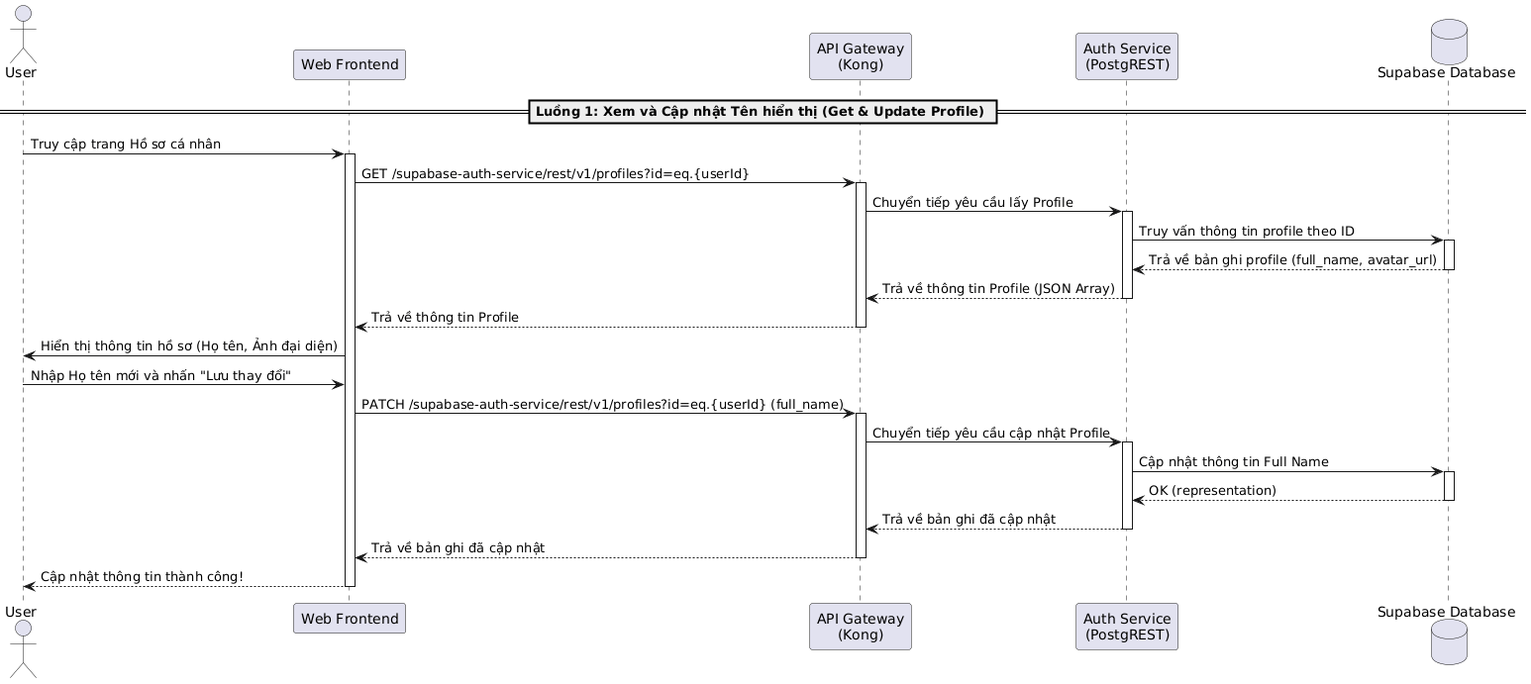
Earlier version of the PlantUML export latex/contents/Sequence/UML-Sequence-UserProfileUpdateDisplayName.png (20206205Tech/docs-latex).
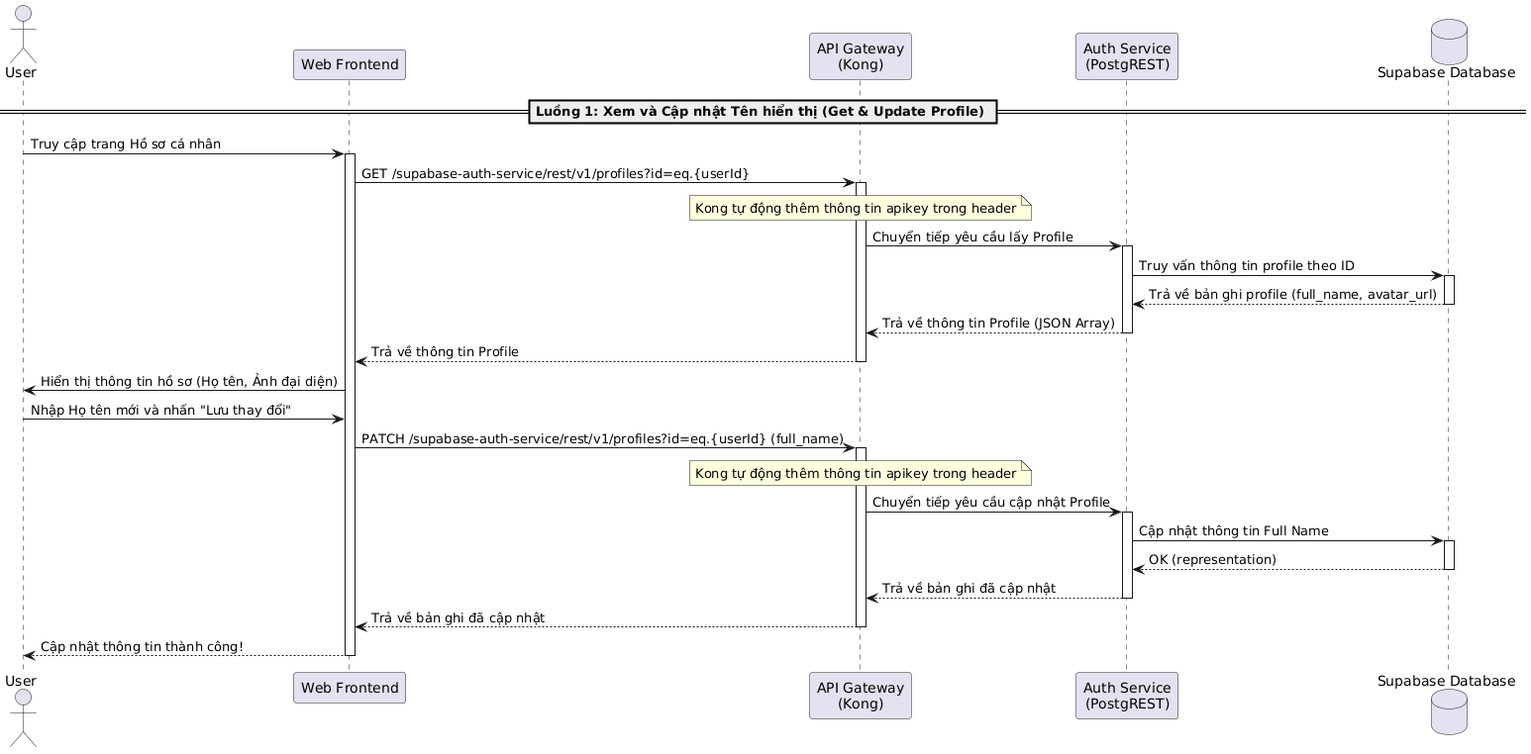
Above is the later version.

The edit, as a diff of the source:
```diff
@@ -11,6 +11,7 @@
 
 Frontend -> Kong: GET /supabase-auth-service/rest/v1/profiles?id=eq.{userId}
 activate Kong
+note over Kong: Kong tự động thêm thông tin apikey trong header
 Kong -> AuthService: Chuyển tiếp yêu cầu lấy Profile
 activate AuthService
 AuthService -> DB: Truy vấn thông tin profile theo ID
@@ -26,6 +27,7 @@
 User -> Frontend: Nhập Họ tên mới và nhấn "Lưu thay đổi"
 Frontend -> Kong: PATCH /supabase-auth-service/rest/v1/profiles?id=eq.{userId} (full_name)
 activate Kong
+note over Kong: Kong tự động thêm thông tin apikey trong header
 Kong -> AuthService: Chuyển tiếp yêu cầu cập nhật Profile
 activate AuthService
 AuthService -> DB: Cập nhật thông tin Full Name
```
